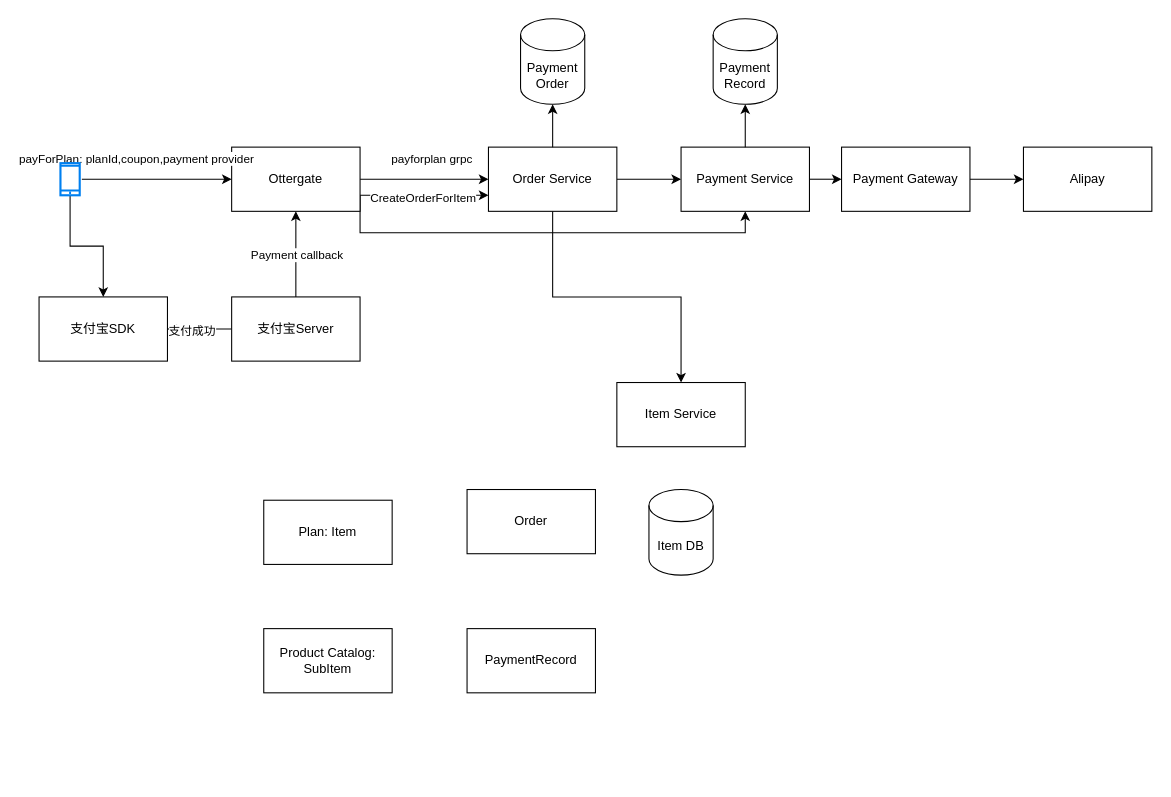
Before: Payment.drawio in evagle/awesome, a draw.io diagram. Source tidied: cells renumbered, new cells numbered last; positions are measured from the earlier drawing's top-left corner, leaving out a move shared by most shapes. Both pictures are drawn from the tidied source at 107%, with x=0, y=0 at pixel (39, 18). Pictures stored in the file or linked from it are replaced by grey dashed boxes.
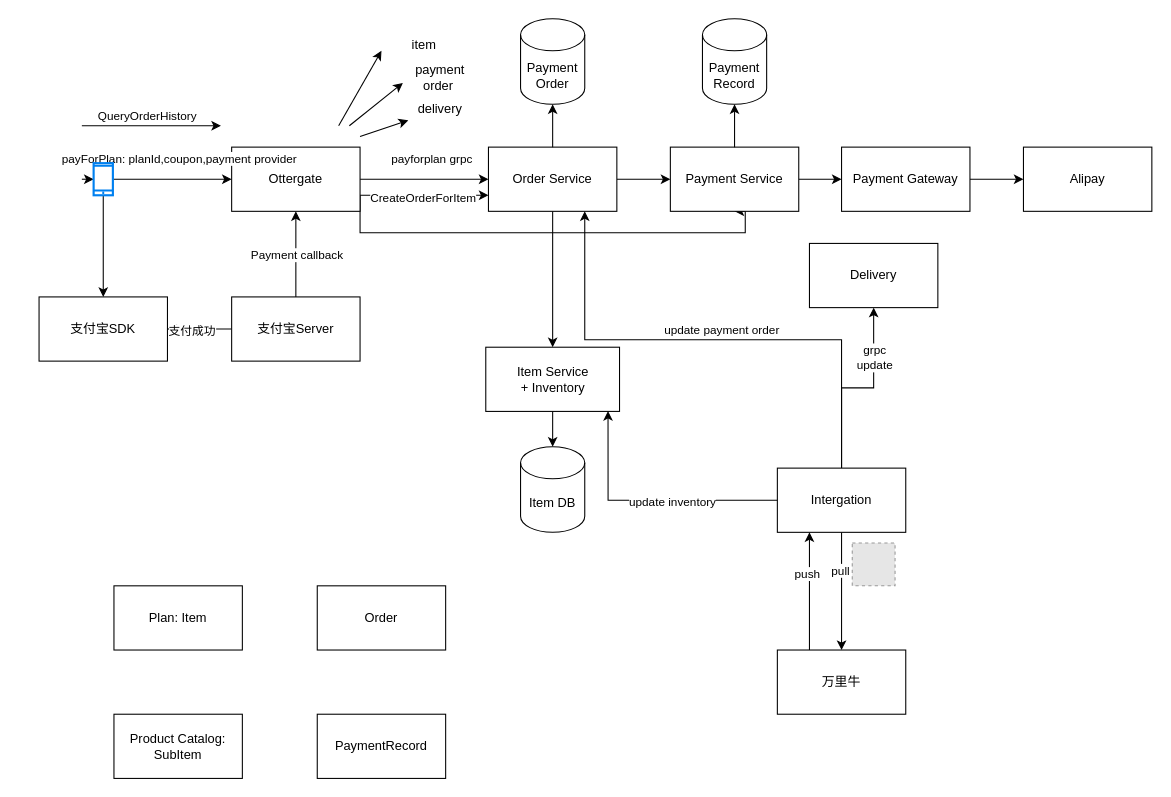
The same diagram, later.

The change refers to these unchanged cells:
```xml
<mxCell id="7" value="Ottergate" style="rounded=0;whiteSpace=wrap;html=1;" parent="1" vertex="1">
  <mxGeometry x="180" y="120" width="120" height="60" as="geometry" />
</mxCell>
<mxCell id="16" value="Order Service" style="whiteSpace=wrap;html=1;rounded=0;" parent="1" vertex="1">
  <mxGeometry x="420" y="120" width="120" height="60" as="geometry" />
</mxCell>
```

The edit, as a diff of the source:
```diff
@@
-    <mxCell id="8" style="endArrow=classic;html=1;rounded=0;entryX=0;entryY=0.5;entryDx=0;entryDy=0;" parent="1" edge="1" target="7">
-      <mxGeometry relative="1" as="geometry">
-        <mxPoint x="40" y="150" as="sourcePoint" />
-      </mxGeometry>
+    <mxCell id="8" style="endArrow=classic;html=1;rounded=0;entryX=0;entryY=0.5;entryDx=0;entryDy=0;" parent="1" edge="1" source="28" target="7">
+      <mxGeometry relative="1" as="geometry" />
     </mxCell>
-    <mxCell id="9" value="payForPlan: planId,coupon,payment provider" style="edgeLabel;html=1;align=center;verticalAlign=middle;" parent="8" vertex="1">
-      <mxGeometry x="-0.6" y="-3" relative="1" as="geometry">
-        <mxPoint x="22" y="-23" as="offset" />
-      </mxGeometry>
-    </mxCell>
     <mxCell id="10" value="Plan: Item" style="rounded=0;whiteSpace=wrap;html=1;" parent="1" vertex="1">
-      <mxGeometry x="210" y="450" width="120" height="60" as="geometry" />
+      <mxGeometry x="70" y="530" width="120" height="60" as="geometry" />
     </mxCell>
     <mxCell id="11" value="Product Catalog: SubItem" style="rounded=0;whiteSpace=wrap;html=1;" parent="1" vertex="1">
-      <mxGeometry x="210" y="570" width="120" height="60" as="geometry" />
+      <mxGeometry x="70" y="650" width="120" height="60" as="geometry" />
     </mxCell>
     <mxCell id="12" value="Order" style="rounded=0;whiteSpace=wrap;html=1;" parent="1" vertex="1">
-      <mxGeometry x="400" y="440" width="120" height="60" as="geometry" />
+      <mxGeometry x="260" y="530" width="120" height="60" as="geometry" />
     </mxCell>
     <mxCell id="13" value="PaymentRecord" style="rounded=0;whiteSpace=wrap;html=1;" parent="1" vertex="1">
-      <mxGeometry x="400" y="570" width="120" height="60" as="geometry" />
+      <mxGeometry x="260" y="650" width="120" height="60" as="geometry" />
     </mxCell>
@@
     <mxCell id="18" value="Payment Service" style="whiteSpace=wrap;html=1;rounded=0;" parent="1" vertex="1">
-      <mxGeometry x="600" y="120" width="120" height="60" as="geometry" />
+      <mxGeometry x="590" y="120" width="120" height="60" as="geometry" />
     </mxCell>
@@
     <mxCell id="21" value="Payment&lt;br&gt;Record" style="shape=cylinder3;whiteSpace=wrap;html=1;boundedLbl=1;backgroundOutline=1;size=15;" parent="1" vertex="1">
-      <mxGeometry x="630" width="60" height="80" as="geometry" />
+      <mxGeometry x="620" width="60" height="80" as="geometry" />
     </mxCell>
@@
     <mxCell id="26" value="Item DB" style="shape=cylinder3;whiteSpace=wrap;html=1;boundedLbl=1;backgroundOutline=1;size=15;" parent="1" vertex="1">
-      <mxGeometry x="570" y="440" width="60" height="80" as="geometry" />
+      <mxGeometry x="450" y="400" width="60" height="80" as="geometry" />
     </mxCell>
@@
-    <mxCell id="28" style="html=1;verticalLabelPosition=bottom;align=center;labelBackgroundColor=#ffffff;verticalAlign=top;strokeWidth=2;strokeColor=#0080F0;shadow=0;dashed=0;shape=mxgraph.ios7.icons.smartphone;" parent="1" vertex="1">
-      <mxGeometry x="20" y="135" width="18" height="30" as="geometry" />
-    </mxCell>
@@
-    <mxCell id="35" value="Item Service" style="rounded=0;whiteSpace=wrap;html=1;" parent="1" vertex="1">
-      <mxGeometry x="540" y="340" width="120" height="60" as="geometry" />
+    <mxCell id="35" value="Item Service&lt;br&gt;+ Inventory" style="rounded=0;whiteSpace=wrap;html=1;" parent="1" vertex="1">
+      <mxGeometry x="417.5" y="307" width="125" height="60" as="geometry" />
     </mxCell>
+    <mxCell id="36" style="endArrow=classic;html=1;rounded=0;" parent="1" edge="1">
+      <mxGeometry relative="1" as="geometry">
+        <mxPoint x="40" y="100" as="sourcePoint" />
+        <mxPoint x="170" y="100" as="targetPoint" />
+      </mxGeometry>
+    </mxCell>
+    <mxCell id="37" value="QueryOrderHistory" style="edgeLabel;html=1;align=center;verticalAlign=middle;" parent="36" vertex="1">
+      <mxGeometry x="-0.39" y="-1" relative="1" as="geometry">
+        <mxPoint x="20" y="-11" as="offset" />
+      </mxGeometry>
+    </mxCell>
+    <mxCell id="38" style="endArrow=classic;html=1;rounded=0;" parent="1" edge="1">
+      <mxGeometry relative="1" as="geometry">
+        <mxPoint x="290" y="100" as="sourcePoint" />
+        <mxPoint x="340" y="60" as="targetPoint" />
+      </mxGeometry>
+    </mxCell>
+    <mxCell id="39" style="endArrow=classic;html=1;rounded=0;" parent="1" edge="1" target="41">
+      <mxGeometry relative="1" as="geometry">
+        <mxPoint x="300" y="110" as="sourcePoint" />
+      </mxGeometry>
+    </mxCell>
+    <mxCell id="40" value="payment order&amp;nbsp;" style="text;html=1;strokeColor=none;fillColor=none;align=center;verticalAlign=middle;whiteSpace=wrap;rounded=0;" parent="1" vertex="1">
+      <mxGeometry x="345" y="40" width="60" height="30" as="geometry" />
+    </mxCell>
+    <mxCell id="41" value="delivery" style="text;html=1;strokeColor=none;fillColor=none;align=center;verticalAlign=middle;whiteSpace=wrap;rounded=0;" parent="1" vertex="1">
+      <mxGeometry x="345" y="70" width="60" height="30" as="geometry" />
+    </mxCell>
+    <mxCell id="42" style="endArrow=classic;html=1;rounded=0;" parent="1" edge="1">
+      <mxGeometry relative="1" as="geometry">
+        <mxPoint x="280" y="100" as="sourcePoint" />
+        <mxPoint x="320" y="30" as="targetPoint" />
+      </mxGeometry>
+    </mxCell>
+    <mxCell id="43" value="item" style="text;html=1;strokeColor=none;fillColor=none;align=center;verticalAlign=middle;whiteSpace=wrap;rounded=0;" parent="1" vertex="1">
+      <mxGeometry x="330" y="10" width="60" height="30" as="geometry" />
+    </mxCell>
+    <mxCell id="44" style="edgeStyle=orthogonalEdgeStyle;rounded=0;jettySize=auto;html=1;exitX=0.5;exitY=1;exitDx=0;exitDy=0;entryX=0.5;entryY=0;entryDx=0;entryDy=0;" parent="1" edge="1" source="50" target="54">
+      <mxGeometry relative="1" as="geometry" />
+    </mxCell>
+    <mxCell id="45" value="pull" style="edgeLabel;html=1;align=center;verticalAlign=middle;" parent="44" vertex="1">
+      <mxGeometry x="-0.37" y="-2" relative="1" as="geometry" />
+    </mxCell>
+    <mxCell id="46" style="edgeStyle=orthogonalEdgeStyle;rounded=0;jettySize=auto;html=1;exitX=0.5;exitY=0;exitDx=0;exitDy=0;entryX=0.75;entryY=1;entryDx=0;entryDy=0;" parent="1" edge="1" source="50" target="16">
+      <mxGeometry relative="1" as="geometry" />
+    </mxCell>
+    <mxCell id="47" value="update payment order" style="edgeLabel;html=1;align=center;verticalAlign=middle;" parent="46" vertex="1">
+      <mxGeometry x="-0.03" y="1" relative="1" as="geometry">
+        <mxPoint y="-11" as="offset" />
+      </mxGeometry>
+    </mxCell>
+    <mxCell id="48" style="edgeStyle=orthogonalEdgeStyle;rounded=0;jettySize=auto;html=1;exitX=0.5;exitY=0;exitDx=0;exitDy=0;" parent="1" edge="1" source="50" target="55">
+      <mxGeometry relative="1" as="geometry" />
+    </mxCell>
+    <mxCell id="49" value="grpc&lt;br&gt;update" style="edgeLabel;html=1;align=center;verticalAlign=middle;" parent="48" vertex="1">
+      <mxGeometry x="0.49" relative="1" as="geometry" />
+    </mxCell>
+    <mxCell id="50" value="Intergation" style="rounded=0;whiteSpace=wrap;html=1;" parent="1" vertex="1">
+      <mxGeometry x="690" y="420" width="120" height="60" as="geometry" />
+    </mxCell>
+    <mxCell id="51" style="fillColor=#E6E6E6;strokeColor=#999999;dashed=1;html=1;verticalAlign=top;verticalLabelPosition=bottom;labelBackgroundColor=#ffffff;" parent="1" vertex="1">
+      <mxGeometry x="760" y="490" width="40" height="40" as="geometry" />
+    </mxCell>
+    <mxCell id="52" style="edgeStyle=orthogonalEdgeStyle;rounded=0;jettySize=auto;html=1;exitX=0.25;exitY=0;exitDx=0;exitDy=0;entryX=0.25;entryY=1;entryDx=0;entryDy=0;" parent="1" edge="1" source="54" target="50">
+      <mxGeometry relative="1" as="geometry" />
+    </mxCell>
+    <mxCell id="53" value="push" style="edgeLabel;html=1;align=center;verticalAlign=middle;" parent="52" vertex="1">
+      <mxGeometry x="0.31" y="3" relative="1" as="geometry" />
+    </mxCell>
+    <mxCell id="54" value="万里牛" style="rounded=0;whiteSpace=wrap;html=1;" parent="1" vertex="1">
+      <mxGeometry x="690" y="590" width="120" height="60" as="geometry" />
+    </mxCell>
+    <mxCell id="55" value="Delivery" style="rounded=0;whiteSpace=wrap;html=1;" parent="1" vertex="1">
+      <mxGeometry x="720" y="210" width="120" height="60" as="geometry" />
+    </mxCell>
+    <mxCell id="56" style="edgeStyle=orthogonalEdgeStyle;rounded=0;jettySize=auto;html=1;exitX=0.5;exitY=1;exitDx=0;exitDy=0;entryX=0.5;entryY=0;entryDx=0;entryDy=0;entryPerimeter=0;" parent="1" edge="1" source="35" target="26">
+      <mxGeometry relative="1" as="geometry" />
+    </mxCell>
+    <mxCell id="57" style="edgeStyle=orthogonalEdgeStyle;rounded=0;jettySize=auto;html=1;exitX=0;exitY=0.5;exitDx=0;exitDy=0;entryX=0.914;entryY=0.994;entryDx=0;entryDy=0;entryPerimeter=0;" parent="1" edge="1" source="50" target="35">
+      <mxGeometry relative="1" as="geometry" />
+    </mxCell>
+    <mxCell id="58" value="update inventory" style="edgeLabel;html=1;align=center;verticalAlign=middle;" parent="57" vertex="1">
+      <mxGeometry x="-0.18" y="1" relative="1" as="geometry" />
+    </mxCell>
+    <mxCell id="59" style="endArrow=classic;html=1;rounded=0;entryX=0;entryY=0.5;entryDx=0;entryDy=0;" parent="1" edge="1" target="28">
+      <mxGeometry relative="1" as="geometry">
+        <mxPoint x="40" y="150" as="sourcePoint" />
+      </mxGeometry>
+    </mxCell>
+    <mxCell id="9" value="payForPlan: planId,coupon,payment provider" style="edgeLabel;html=1;align=center;verticalAlign=middle;" parent="59" vertex="1">
+      <mxGeometry x="-0.6" y="-3" relative="1" as="geometry">
+        <mxPoint x="88" y="-23" as="offset" />
+      </mxGeometry>
+    </mxCell>
+    <mxCell id="28" style="html=1;verticalLabelPosition=bottom;align=center;labelBackgroundColor=#ffffff;verticalAlign=top;strokeWidth=2;strokeColor=#0080F0;shadow=0;dashed=0;shape=mxgraph.ios7.icons.smartphone;" parent="1" vertex="1">
+      <mxGeometry x="51" y="135" width="18" height="30" as="geometry" />
+    </mxCell>
```
